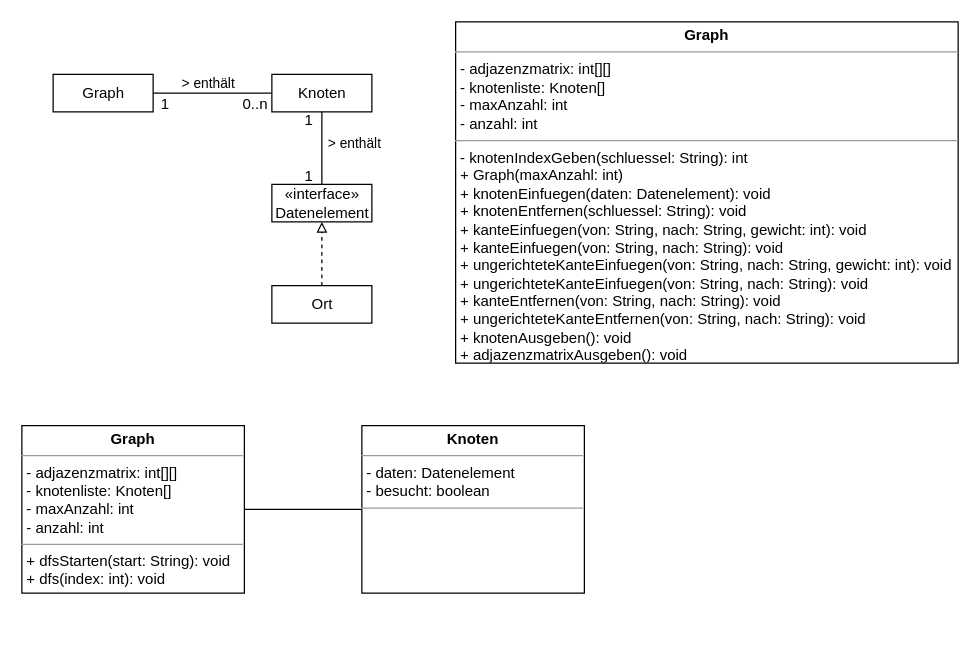
Earlier version of the draw.io diagram page "Klassendiagramm" (7 of 12) of Graph.drawio (JoernWVSG/diagram). Source tidied: cells renumbered, new cells numbered last; positions are measured from the earlier drawing's top-left corner, leaving out a move shared by most shapes. Both pictures are drawn from the tidied source at 125%, with x=0, y=0 at pixel (21, 21).
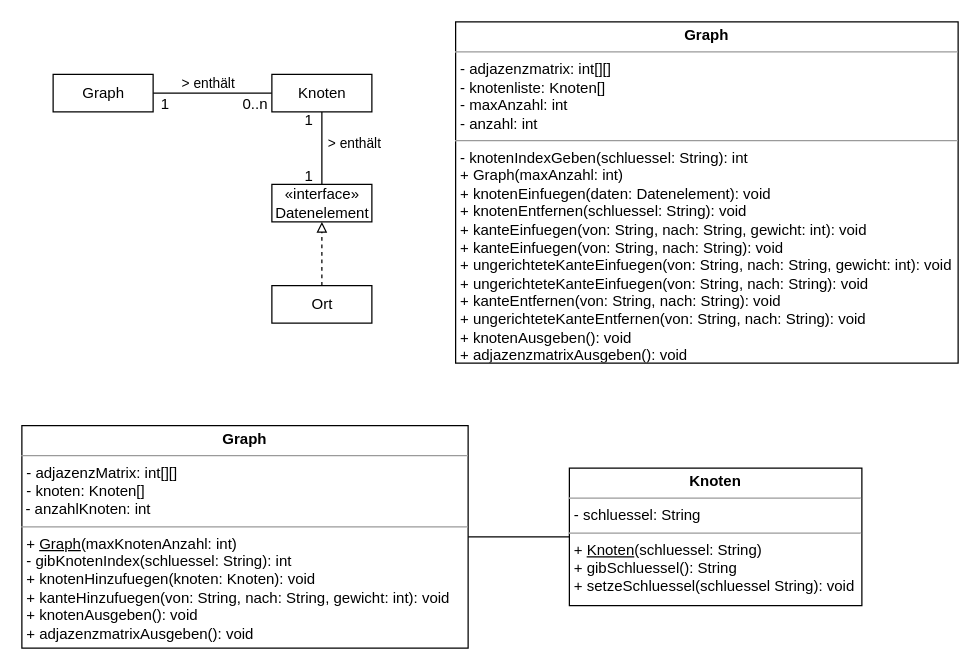
The same diagram, later.

Change to the diagram source:
```diff
@@
-    <mxCell id="17" value="&lt;p style=&quot;margin: 0px ; margin-top: 4px ; text-align: center&quot;&gt;&lt;b&gt;Graph&lt;/b&gt;&lt;/p&gt;&lt;hr size=&quot;1&quot;&gt;&lt;p style=&quot;margin: 0px ; margin-left: 4px&quot;&gt;- adjazenzmatrix: int[][]&lt;/p&gt;&lt;p style=&quot;margin: 0px ; margin-left: 4px&quot;&gt;- knotenliste: Knoten[]&lt;/p&gt;&lt;p style=&quot;margin: 0px ; margin-left: 4px&quot;&gt;- maxAnzahl: int&lt;/p&gt;&lt;p style=&quot;margin: 0px ; margin-left: 4px&quot;&gt;- anzahl: int&lt;/p&gt;&lt;hr size=&quot;1&quot;&gt;&lt;p style=&quot;margin: 0px ; margin-left: 4px&quot;&gt;+ dfsStarten(start: String): void&lt;/p&gt;&lt;p style=&quot;margin: 0px ; margin-left: 4px&quot;&gt;+ dfs(index: int): void&lt;/p&gt;" style="verticalAlign=top;align=left;overflow=fill;fontSize=12;fontFamily=Helvetica;html=1;" parent="1" vertex="1">
-      <mxGeometry y="323" width="178" height="134" as="geometry" />
+    <mxCell id="17" value="&lt;p style=&quot;margin: 0px ; margin-top: 4px ; text-align: center&quot;&gt;&lt;b&gt;Graph&lt;/b&gt;&lt;/p&gt;&lt;hr size=&quot;1&quot;&gt;&lt;p style=&quot;margin: 0px ; margin-left: 4px&quot;&gt;- adjazenzMatrix: int[][]&lt;/p&gt;&lt;p style=&quot;margin: 0px ; margin-left: 4px&quot;&gt;- knoten: Knoten[]&lt;/p&gt;&amp;nbsp;- anzahlKnoten: int&lt;hr size=&quot;1&quot;&gt;&lt;p style=&quot;margin: 0px ; margin-left: 4px&quot;&gt;+ &lt;u&gt;Graph&lt;/u&gt;(maxKnotenAnzahl: int)&lt;/p&gt;&lt;p style=&quot;margin: 0px ; margin-left: 4px&quot;&gt;- gibKnotenIndex(schluessel: String): int&lt;/p&gt;&lt;p style=&quot;margin: 0px ; margin-left: 4px&quot;&gt;+ knotenHinzufuegen(knoten: Knoten): void&lt;/p&gt;&lt;p style=&quot;margin: 0px ; margin-left: 4px&quot;&gt;+ kanteHinzufuegen(von: String, nach: String, gewicht: int): void &lt;br&gt;&lt;/p&gt;&lt;p style=&quot;margin: 0px ; margin-left: 4px&quot;&gt;+ knotenAusgeben(): void&lt;/p&gt;&lt;p style=&quot;margin: 0px ; margin-left: 4px&quot;&gt;+ adjazenzmatrixAusgeben(): void&lt;br&gt;&lt;/p&gt;" style="verticalAlign=top;align=left;overflow=fill;fontSize=12;fontFamily=Helvetica;html=1;" parent="1" vertex="1">
+      <mxGeometry y="323" width="357" height="178" as="geometry" />
     </mxCell>
-    <mxCell id="18" value="&lt;p style=&quot;margin: 0px ; margin-top: 4px ; text-align: center&quot;&gt;&lt;b&gt;Knoten&lt;/b&gt;&lt;/p&gt;&lt;hr size=&quot;1&quot;&gt;&lt;p style=&quot;margin: 0px ; margin-left: 4px&quot;&gt;- daten: Datenelement&lt;/p&gt;&lt;p style=&quot;margin: 0px ; margin-left: 4px&quot;&gt;- besucht: boolean&lt;/p&gt;&lt;hr size=&quot;1&quot;&gt;&lt;p style=&quot;margin: 0px ; margin-left: 4px&quot;&gt;&lt;br&gt;&lt;/p&gt;" style="verticalAlign=top;align=left;overflow=fill;fontSize=12;fontFamily=Helvetica;html=1;" parent="1" vertex="1">
-      <mxGeometry x="272" y="323" width="178" height="134" as="geometry" />
+    <mxCell id="18" value="&lt;p style=&quot;margin: 0px ; margin-top: 4px ; text-align: center&quot;&gt;&lt;b&gt;Knoten&lt;/b&gt;&lt;/p&gt;&lt;hr size=&quot;1&quot;&gt;&lt;p style=&quot;margin: 0px ; margin-left: 4px&quot;&gt;- schluessel: String&lt;/p&gt;&lt;hr size=&quot;1&quot;&gt;&lt;p style=&quot;margin: 0px ; margin-left: 4px&quot;&gt;+ &lt;u&gt;Knoten&lt;/u&gt;(schluessel: String)&lt;/p&gt;&lt;p style=&quot;margin: 0px ; margin-left: 4px&quot;&gt;+ gibSchluessel(): String&lt;/p&gt;&lt;p style=&quot;margin: 0px ; margin-left: 4px&quot;&gt;+ setzeSchluessel(schluessel String): void&lt;br&gt;&lt;/p&gt;" style="verticalAlign=top;align=left;overflow=fill;fontSize=12;fontFamily=Helvetica;html=1;" parent="1" vertex="1">
+      <mxGeometry x="438" y="357" width="234" height="110" as="geometry" />
     </mxCell>
```
